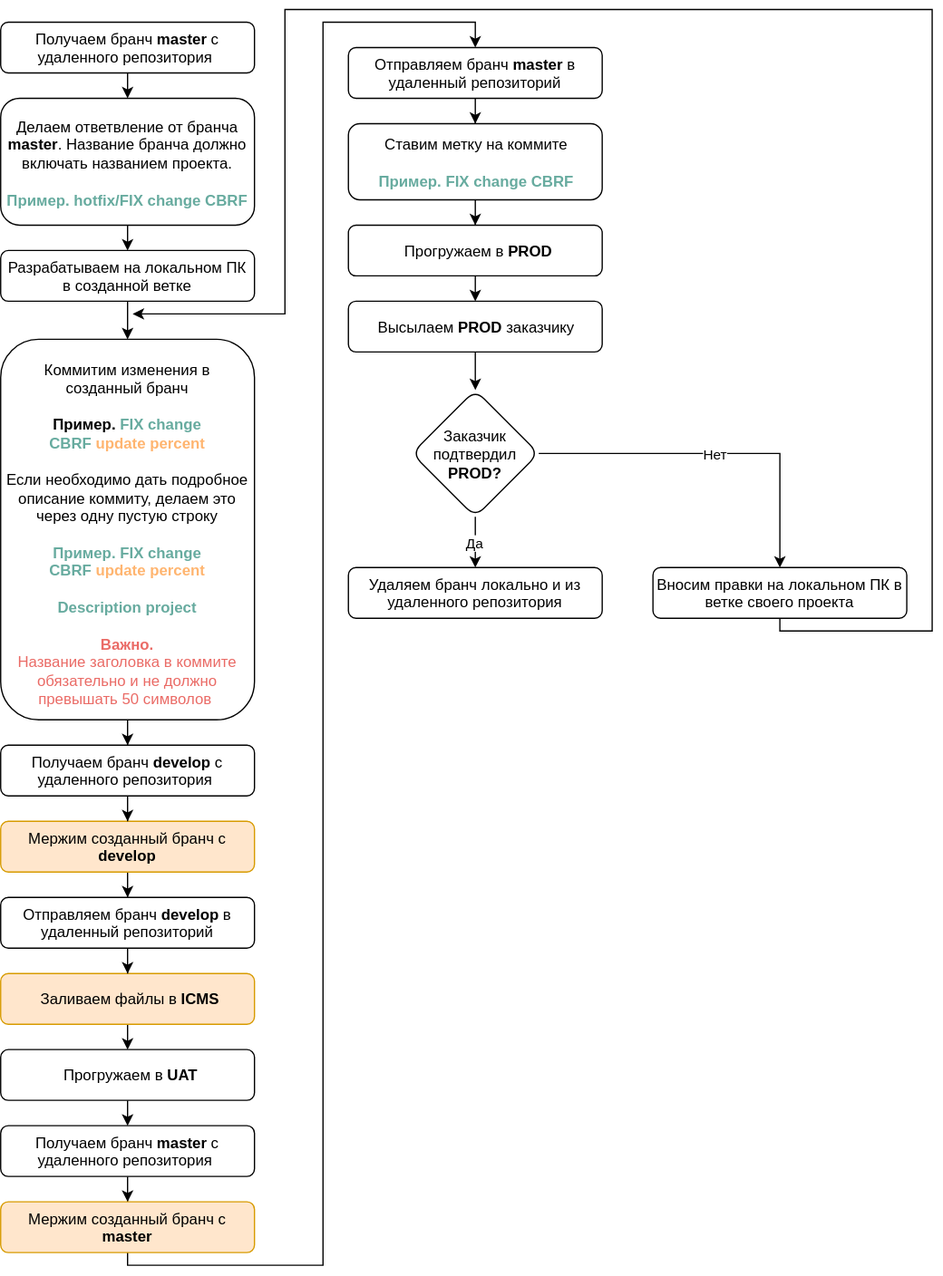
Earlier version of the draw.io export GIT roadmap hotfix.svg (biryukovkolya/upload-files). Source tidied: cells renumbered, new cells last; positions are measured from the earlier drawing's top-left corner, leaving out a move shared by most shapes.
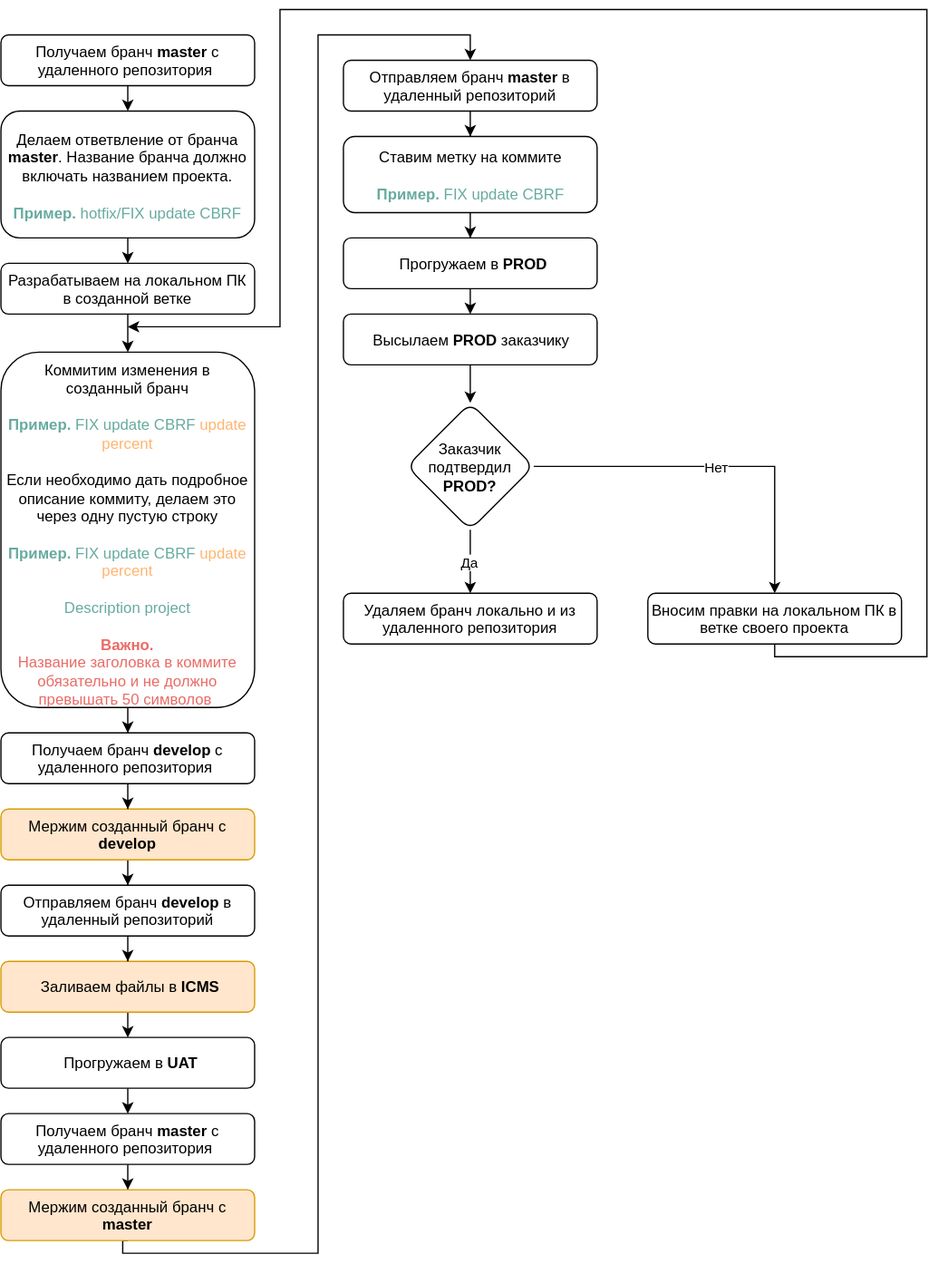
The same diagram one commit later.

The edit, as a diff of the source:
```diff
@@ -6,68 +6,68 @@
       <mxGeometry relative="1" as="geometry" />
     </mxCell>
     <mxCell id="3" value="Получаем бранч&amp;nbsp;&lt;b&gt;master&lt;/b&gt; c удаленного репозитория&amp;nbsp;&lt;b&gt;&lt;font color=&quot;#67ab9f&quot;&gt;&lt;br&gt;&lt;/font&gt;&lt;/b&gt;" style="rounded=1;whiteSpace=wrap;html=1;spacingRight=0;spacingLeft=0;spacing=3;" parent="1" vertex="1">
-      <mxGeometry y="10" width="200" height="40" as="geometry" />
+      <mxGeometry x="4" y="10" width="200" height="40" as="geometry" />
     </mxCell>
-    <mxCell id="4" style="edgeStyle=orthogonalEdgeStyle;rounded=0;html=1;exitX=0.5;exitY=1;jettySize=auto;" parent="1" edge="1" source="5" target="7">
+    <mxCell id="4" style="edgeStyle=orthogonalEdgeStyle;rounded=0;comic=0;html=1;exitX=0.5;exitY=1;entryX=0.5;entryY=0;jettySize=auto;" parent="1" edge="1" source="5" target="7">
       <mxGeometry relative="1" as="geometry" />
     </mxCell>
     <mxCell id="5" value="Разрабатываем на локальном ПК в созданной ветке" style="rounded=1;whiteSpace=wrap;html=1;spacing=3;" parent="1" vertex="1">
-      <mxGeometry y="190" width="200" height="40" as="geometry" />
+      <mxGeometry x="4" y="190" width="200" height="40" as="geometry" />
     </mxCell>
     <mxCell id="6" style="edgeStyle=orthogonalEdgeStyle;rounded=0;html=1;exitX=0.5;exitY=1;jettySize=auto;" parent="1" edge="1" source="7" target="13">
       <mxGeometry relative="1" as="geometry" />
     </mxCell>
-    <mxCell id="7" value="Коммитим изменения в созданный бранч&lt;br&gt;&lt;b&gt;&lt;br&gt;Пример.&amp;nbsp;&lt;/b&gt;&lt;b&gt;&lt;font color=&quot;#67ab9f&quot;&gt;FIX change CBRF&amp;nbsp;&lt;/font&gt;&lt;/b&gt;&lt;b&gt;&lt;font color=&quot;#ffb570&quot;&gt;update percent&lt;/font&gt;&lt;/b&gt;&lt;br&gt;&lt;br&gt;Если необходимо дать подробное описание&amp;nbsp;коммиту, делаем это через одну пустую строку&lt;br&gt;&lt;b&gt;&lt;br&gt;&lt;font color=&quot;#67ab9f&quot;&gt;Пример.&amp;nbsp;&lt;/font&gt;&lt;/b&gt;&lt;b&gt;&lt;font color=&quot;#67ab9f&quot;&gt;FIX change CBRF&amp;nbsp;&lt;/font&gt;&lt;/b&gt;&lt;b&gt;&lt;font color=&quot;#ffb570&quot;&gt;update percent&lt;/font&gt;&lt;/b&gt;&lt;b&gt;&lt;br&gt;&lt;br&gt;&lt;font color=&quot;#67ab9f&quot;&gt;Description project&lt;/font&gt;&lt;br&gt;&lt;/b&gt;&lt;b&gt;&lt;br&gt;&lt;font color=&quot;#ea6b66&quot;&gt;Важно.&lt;/font&gt;&lt;/b&gt;&lt;font color=&quot;#ea6b66&quot;&gt;&lt;br&gt;Название заголовка в коммите обязательно и не должно превышать 50 символов&amp;nbsp;&lt;/font&gt;&lt;br&gt;" style="rounded=1;whiteSpace=wrap;html=1;spacing=3;" parent="1" vertex="1">
-      <mxGeometry y="260" width="200" height="300" as="geometry" />
+    <mxCell id="7" value="Коммитим изменения в созданный бранч&lt;br&gt;&lt;br&gt;&lt;font color=&quot;#67ab9f&quot;&gt;&lt;b&gt;Пример.&lt;/b&gt;&amp;nbsp;&lt;/font&gt;&lt;font color=&quot;#67ab9f&quot;&gt;FIX update CBRF&amp;nbsp;&lt;/font&gt;&lt;font color=&quot;#ffb570&quot;&gt;update percent&lt;/font&gt;&lt;br&gt;&lt;br&gt;Если необходимо дать подробное описание&amp;nbsp;коммиту, делаем это через одну пустую строку&lt;br&gt;&lt;br&gt;&lt;font color=&quot;#67ab9f&quot;&gt;&lt;b&gt;Пример.&lt;/b&gt;&amp;nbsp;&lt;/font&gt;&lt;font color=&quot;#67ab9f&quot;&gt;FIX update CBRF&amp;nbsp;&lt;/font&gt;&lt;font color=&quot;#ffb570&quot;&gt;update percent&lt;/font&gt;&lt;br&gt;&lt;br&gt;&lt;font color=&quot;#67ab9f&quot;&gt;Description project&lt;/font&gt;&lt;br&gt;&lt;b&gt;&lt;br&gt;&lt;font color=&quot;#ea6b66&quot;&gt;Важно.&lt;/font&gt;&lt;/b&gt;&lt;font color=&quot;#ea6b66&quot;&gt;&lt;br&gt;Название заголовка в коммите обязательно и не должно превышать 50 символов&amp;nbsp;&lt;/font&gt;&lt;br&gt;" style="rounded=1;whiteSpace=wrap;html=1;spacing=3;" parent="1" vertex="1">
+      <mxGeometry x="4" y="260" width="200" height="280" as="geometry" />
     </mxCell>
     <mxCell id="8" style="edgeStyle=orthogonalEdgeStyle;rounded=0;html=1;exitX=0.5;exitY=1;jettySize=auto;" parent="1" edge="1" source="9" target="31">
       <mxGeometry relative="1" as="geometry" />
     </mxCell>
     <mxCell id="9" value="Мержим созданный бранч с &lt;b&gt;develop&lt;/b&gt;" style="rounded=1;whiteSpace=wrap;html=1;spacing=3;fillColor=#ffe6cc;strokeColor=#d79b00;glass=0;" parent="1" vertex="1">
-      <mxGeometry y="640" width="200" height="40" as="geometry" />
+      <mxGeometry x="4" y="620" width="200" height="40" as="geometry" />
     </mxCell>
     <mxCell id="10" style="edgeStyle=orthogonalEdgeStyle;rounded=0;html=1;exitX=0.5;exitY=1;entryX=0.5;entryY=0;jettySize=auto;" parent="1" edge="1" source="11" target="5">
       <mxGeometry relative="1" as="geometry" />
     </mxCell>
-    <mxCell id="11" value="Делаем ответвление от бранча &lt;b&gt;master&lt;/b&gt;. Название бранча должно включать названием проекта.&lt;br&gt;&lt;b&gt;&lt;font color=&quot;#67ab9f&quot;&gt;&lt;br&gt;Пример. hotfix/FIX change CBRF&lt;/font&gt;&lt;/b&gt;&lt;b&gt;&lt;font color=&quot;#67ab9f&quot;&gt;&lt;br&gt;&lt;/font&gt;&lt;/b&gt;" style="rounded=1;whiteSpace=wrap;html=1;spacingRight=0;spacingLeft=0;spacing=3;" parent="1" vertex="1">
-      <mxGeometry y="70" width="200" height="100" as="geometry" />
+    <mxCell id="11" value="Делаем ответвление от бранча &lt;b&gt;master&lt;/b&gt;. Название бранча должно включать названием проекта.&lt;br&gt;&lt;font color=&quot;#67ab9f&quot;&gt;&lt;br&gt;&lt;b&gt;Пример.&lt;/b&gt; hotfix/FIX update CBRF&lt;/font&gt;&lt;b&gt;&lt;font color=&quot;#67ab9f&quot;&gt;&lt;br&gt;&lt;/font&gt;&lt;/b&gt;" style="rounded=1;whiteSpace=wrap;html=1;spacingRight=0;spacingLeft=0;spacing=3;" parent="1" vertex="1">
+      <mxGeometry x="4" y="70" width="200" height="100" as="geometry" />
     </mxCell>
     <mxCell id="12" style="edgeStyle=orthogonalEdgeStyle;rounded=0;html=1;exitX=0.5;exitY=1;jettySize=auto;" parent="1" edge="1" source="13" target="9">
       <mxGeometry relative="1" as="geometry" />
     </mxCell>
     <mxCell id="13" value="Получаем бранч&amp;nbsp;&lt;b&gt;develop&lt;/b&gt; c удаленного репозитория&amp;nbsp;&lt;b&gt;&lt;font color=&quot;#67ab9f&quot;&gt;&lt;br&gt;&lt;/font&gt;&lt;/b&gt;" style="rounded=1;whiteSpace=wrap;html=1;spacingRight=0;spacingLeft=0;spacing=3;" parent="1" vertex="1">
-      <mxGeometry y="580" width="200" height="40" as="geometry" />
+      <mxGeometry x="4" y="560" width="200" height="40" as="geometry" />
     </mxCell>
     <mxCell id="14" style="edgeStyle=orthogonalEdgeStyle;rounded=0;html=1;exitX=0.5;exitY=1;entryX=0.5;entryY=0;jettySize=auto;" parent="1" edge="1" source="15" target="17">
       <mxGeometry relative="1" as="geometry" />
     </mxCell>
     <mxCell id="15" value="&amp;nbsp;Заливаем файлы в &lt;b&gt;ICMS&lt;/b&gt;" style="rounded=1;whiteSpace=wrap;html=1;spacing=3;fillColor=#ffe6cc;strokeColor=#d79b00;" parent="1" vertex="1">
-      <mxGeometry y="760" width="200" height="40" as="geometry" />
+      <mxGeometry x="4" y="740" width="200" height="40" as="geometry" />
     </mxCell>
     <mxCell id="16" style="edgeStyle=orthogonalEdgeStyle;rounded=0;html=1;exitX=0.5;exitY=1;entryX=0.5;entryY=0;jettySize=auto;" parent="1" edge="1" source="17" target="19">
       <mxGeometry relative="1" as="geometry" />
     </mxCell>
     <mxCell id="17" value="&amp;nbsp;Прогружаем в &lt;b&gt;UAT&lt;/b&gt;" style="rounded=1;whiteSpace=wrap;html=1;spacing=3;" parent="1" vertex="1">
-      <mxGeometry y="820" width="200" height="40" as="geometry" />
+      <mxGeometry x="4" y="800" width="200" height="40" as="geometry" />
     </mxCell>
     <mxCell id="18" style="edgeStyle=orthogonalEdgeStyle;rounded=0;comic=0;html=1;exitX=0.5;exitY=1;jettySize=auto;" parent="1" edge="1" source="19" target="21">
       <mxGeometry relative="1" as="geometry" />
     </mxCell>
     <mxCell id="19" value="Получаем бранч&amp;nbsp;&lt;b&gt;master&lt;/b&gt; c удаленного репозитория&amp;nbsp;&lt;b&gt;&lt;font color=&quot;#67ab9f&quot;&gt;&lt;br&gt;&lt;/font&gt;&lt;/b&gt;" style="rounded=1;whiteSpace=wrap;html=1;spacingRight=0;spacingLeft=0;spacing=3;" parent="1" vertex="1">
-      <mxGeometry y="880" width="200" height="40" as="geometry" />
+      <mxGeometry x="4" y="860" width="200" height="40" as="geometry" />
     </mxCell>
     <mxCell id="20" style="edgeStyle=orthogonalEdgeStyle;rounded=0;comic=0;html=1;exitX=0.5;exitY=1;entryX=0.5;entryY=0;jettySize=auto;" parent="1" edge="1" source="21" target="33">
       <mxGeometry relative="1" as="geometry">
         <Array as="points">
-          <mxPoint x="100" y="990" />
-          <mxPoint x="254" y="990" />
+          <mxPoint x="100" y="970" />
+          <mxPoint x="254" y="970" />
           <mxPoint x="254" y="10" />
           <mxPoint x="374" y="10" />
         </Array>
       </mxGeometry>
     </mxCell>
     <mxCell id="21" value="Мержим созданный бранч с &lt;b&gt;master&lt;/b&gt;" style="rounded=1;whiteSpace=wrap;html=1;spacing=3;fillColor=#ffe6cc;strokeColor=#d79b00;" parent="1" vertex="1">
-      <mxGeometry y="940" width="200" height="40" as="geometry" />
+      <mxGeometry x="4" y="920" width="200" height="40" as="geometry" />
     </mxCell>
     <mxCell id="22" style="edgeStyle=orthogonalEdgeStyle;rounded=0;html=1;exitX=0.5;exitY=1;entryX=0.5;entryY=0;jettySize=auto;" parent="1" edge="1" source="23" target="25">
       <mxGeometry relative="1" as="geometry" />
@@ -91,13 +91,13 @@
       <mxGeometry x="324" y="300" width="100" height="100" as="geometry" />
     </mxCell>
     <mxCell id="29" value="Удаляем бранч локально и из удаленного репозитория&lt;br&gt;" style="rounded=1;whiteSpace=wrap;html=1;spacing=3;" parent="1" vertex="1">
-      <mxGeometry x="274" y="440" width="200" height="40" as="geometry" />
+      <mxGeometry x="274" y="450" width="200" height="40" as="geometry" />
     </mxCell>
     <mxCell id="30" style="edgeStyle=orthogonalEdgeStyle;rounded=0;html=1;exitX=0.5;exitY=1;jettySize=auto;" parent="1" edge="1" source="31" target="15">
       <mxGeometry relative="1" as="geometry" />
     </mxCell>
     <mxCell id="31" value="Отправляем бранч&amp;nbsp;&lt;b&gt;develop&lt;/b&gt;&amp;nbsp;в удаленный репозиторий&lt;b&gt;&lt;font color=&quot;#67ab9f&quot;&gt;&lt;br&gt;&lt;/font&gt;&lt;/b&gt;" style="rounded=1;whiteSpace=wrap;html=1;spacingRight=0;spacingLeft=0;spacing=3;" parent="1" vertex="1">
-      <mxGeometry y="700" width="200" height="40" as="geometry" />
+      <mxGeometry x="4" y="680" width="200" height="40" as="geometry" />
     </mxCell>
     <mxCell id="32" style="edgeStyle=orthogonalEdgeStyle;rounded=0;comic=0;html=1;exitX=0.5;exitY=1;jettySize=auto;" parent="1" edge="1" source="33" target="37">
       <mxGeometry relative="1" as="geometry" />
@@ -105,25 +105,25 @@
     <mxCell id="33" value="Отправляем бранч &lt;b&gt;master&lt;/b&gt;&amp;nbsp;в удаленный репозиторий&lt;br&gt;" style="rounded=1;whiteSpace=wrap;html=1;spacing=3;" parent="1" vertex="1">
       <mxGeometry x="274" y="30" width="200" height="40" as="geometry" />
     </mxCell>
-    <mxCell id="34" style="edgeStyle=orthogonalEdgeStyle;rounded=0;comic=0;html=1;exitX=0.5;exitY=1;jettySize=auto;" parent="1" edge="1" source="35">
-      <mxGeometry relative="1" as="geometry">
-        <mxPoint x="104" y="240" as="targetPoint" />
-        <Array as="points">
-          <mxPoint x="614" y="490" />
-          <mxPoint x="734" y="490" />
-          <mxPoint x="734" />
-          <mxPoint x="224" />
-          <mxPoint x="224" y="240" />
-        </Array>
-      </mxGeometry>
-    </mxCell>
+    <mxCell id="38" style="edgeStyle=orthogonalEdgeStyle;rounded=0;comic=0;html=1;exitX=0.5;exitY=1;jettySize=auto;" parent="1" edge="1" source="35">
+      <mxGeometry relative="1" as="geometry">
+        <mxPoint x="104" y="240" as="targetPoint" />
+        <Array as="points">
+          <mxPoint x="614" y="500" />
+          <mxPoint x="734" y="500" />
+          <mxPoint x="734" y="-10" />
+          <mxPoint x="224" y="-10" />
+          <mxPoint x="224" y="240" />
+        </Array>
+      </mxGeometry>
+    </mxCell>
     <mxCell id="35" value="Вносим правки на локальном ПК в ветке своего проекта" style="rounded=1;whiteSpace=wrap;html=1;spacing=3;" parent="1" vertex="1">
-      <mxGeometry x="514" y="440" width="200" height="40" as="geometry" />
+      <mxGeometry x="514" y="450" width="200" height="40" as="geometry" />
     </mxCell>
     <mxCell id="36" style="edgeStyle=orthogonalEdgeStyle;rounded=0;comic=0;html=1;exitX=0.5;exitY=1;jettySize=auto;" parent="1" edge="1" source="37" target="23">
       <mxGeometry relative="1" as="geometry" />
     </mxCell>
-    <mxCell id="37" value="Ставим метку на коммите&lt;br&gt;&lt;b&gt;&lt;font color=&quot;#67ab9f&quot;&gt;&lt;br&gt;Пример.&amp;nbsp;&lt;/font&gt;&lt;/b&gt;&lt;b&gt;&lt;font color=&quot;#67ab9f&quot;&gt;FIX change CBRF&lt;/font&gt;&lt;/b&gt;&lt;br&gt;" style="rounded=1;whiteSpace=wrap;html=1;spacing=3;" parent="1" vertex="1">
+    <mxCell id="37" value="Ставим метку на коммите&lt;br&gt;&lt;font color=&quot;#67ab9f&quot;&gt;&lt;br&gt;&lt;b&gt;Пример.&lt;/b&gt;&amp;nbsp;&lt;/font&gt;&lt;font color=&quot;#67ab9f&quot;&gt;FIX update CBRF&lt;/font&gt;&lt;br&gt;" style="rounded=1;whiteSpace=wrap;html=1;spacing=3;" parent="1" vertex="1">
       <mxGeometry x="274" y="90" width="200" height="60" as="geometry" />
     </mxCell>
   </root>
```
